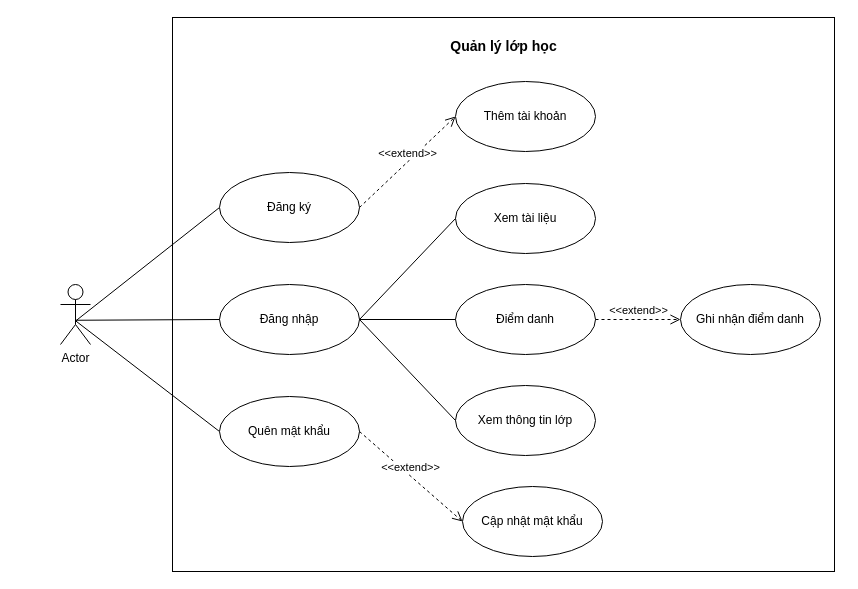
ippapi/diagram keeps this draw.io diagram as page "Page-5" (5 of 5) of sequence_diagram.drawio. Above is the earlier version. Source tidied: cells renumbered, new cells numbered last; positions are measured from the earlier drawing's top-left corner, leaving out a move shared by most shapes. Both pictures are drawn from the tidied source at 100%, with x=0, y=0 at pixel (60, 17).
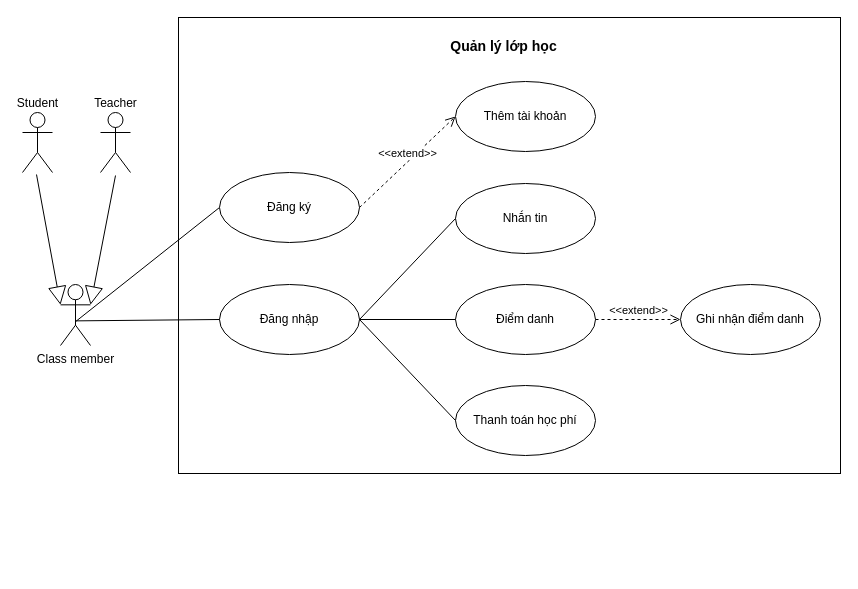
The same page after the edit.

Diff of the diagram source:
```diff
@@
     <mxCell id="2" style="rounded=0;whiteSpace=wrap;html=1;fillColor=none;" parent="1" vertex="1">
-      <mxGeometry x="112" width="662" height="554" as="geometry" />
+      <mxGeometry x="118" width="662" height="456" as="geometry" />
     </mxCell>
-    <mxCell id="3" value="Actor" style="shape=umlActor;verticalLabelPosition=bottom;verticalAlign=top;html=1;" parent="1" vertex="1">
-      <mxGeometry y="267" width="30" height="60" as="geometry" />
+    <mxCell id="3" value="Class member" style="shape=umlActor;verticalLabelPosition=bottom;verticalAlign=top;html=1;" parent="1" vertex="1">
+      <mxGeometry y="267" width="30" height="61" as="geometry" />
     </mxCell>
@@
-    <mxCell id="8" style="endArrow=none;html=1;rounded=0;entryX=0;entryY=0.5;entryDx=0;entryDy=0;exitX=0.506;exitY=0.606;exitDx=0;exitDy=0;exitPerimeter=0;" parent="1" edge="1" source="3" target="9">
-      <mxGeometry relative="1" as="geometry" />
-    </mxCell>
-    <mxCell id="9" value="Quên mật khẩu" style="ellipse;whiteSpace=wrap;html=1;" parent="1" vertex="1">
-      <mxGeometry x="159" y="379" width="140" height="70" as="geometry" />
-    </mxCell>
@@
-    <mxCell id="14" value="Xem tài liệu" style="ellipse;whiteSpace=wrap;html=1;" parent="1" vertex="1">
+    <mxCell id="14" value="Nhắn tin" style="ellipse;whiteSpace=wrap;html=1;" parent="1" vertex="1">
       <mxGeometry x="395" y="166" width="140" height="70" as="geometry" />
     </mxCell>
@@
-    <mxCell id="16" value="Xem thông tin lớp" style="ellipse;whiteSpace=wrap;html=1;" parent="1" vertex="1">
+    <mxCell id="16" value="Thanh toán học phí" style="ellipse;whiteSpace=wrap;html=1;" parent="1" vertex="1">
       <mxGeometry x="395" y="368" width="140" height="70" as="geometry" />
     </mxCell>
-    <mxCell id="17" value="Cập nhật mật khẩu" style="ellipse;whiteSpace=wrap;html=1;" parent="1" vertex="1">
-      <mxGeometry x="402" y="469" width="140" height="70" as="geometry" />
-    </mxCell>
@@
-    <mxCell id="19" value="&amp;lt;&amp;lt;extend&amp;gt;&amp;gt;" style="html=1;verticalAlign=bottom;endArrow=open;dashed=1;endSize=8;curved=0;rounded=0;exitX=1;exitY=0.5;exitDx=0;exitDy=0;entryX=0;entryY=0.5;entryDx=0;entryDy=0;" parent="1" edge="1" source="9" target="17">
-      <mxGeometry relative="1" as="geometry" />
-    </mxCell>
@@
+    <mxCell id="23" value="Teacher" style="shape=umlActor;verticalLabelPosition=top;verticalAlign=bottom;html=1;labelPosition=center;align=center;" parent="1" vertex="1">
+      <mxGeometry x="40" y="95" width="30" height="60" as="geometry" />
+    </mxCell>
+    <mxCell id="24" value="Student" style="shape=umlActor;verticalLabelPosition=top;verticalAlign=bottom;html=1;horizontal=1;labelPosition=center;align=center;" parent="1" vertex="1">
+      <mxGeometry x="-38" y="95" width="30" height="60" as="geometry" />
+    </mxCell>
+    <mxCell id="25" style="endArrow=block;endSize=16;endFill=0;html=1;rounded=0;entryX=1;entryY=0.3333333333333333;entryDx=0;entryDy=0;entryPerimeter=0;" parent="1" edge="1" target="3">
+      <mxGeometry relative="1" as="geometry">
+        <mxPoint x="55" y="158" as="sourcePoint" />
+      </mxGeometry>
+    </mxCell>
+    <mxCell id="26" style="endArrow=block;endSize=16;endFill=0;html=1;rounded=0;entryX=0;entryY=0.3333333333333333;entryDx=0;entryDy=0;entryPerimeter=0;" parent="1" edge="1" target="3">
+      <mxGeometry relative="1" as="geometry">
+        <mxPoint x="-24" y="157" as="sourcePoint" />
+      </mxGeometry>
+    </mxCell>
```
